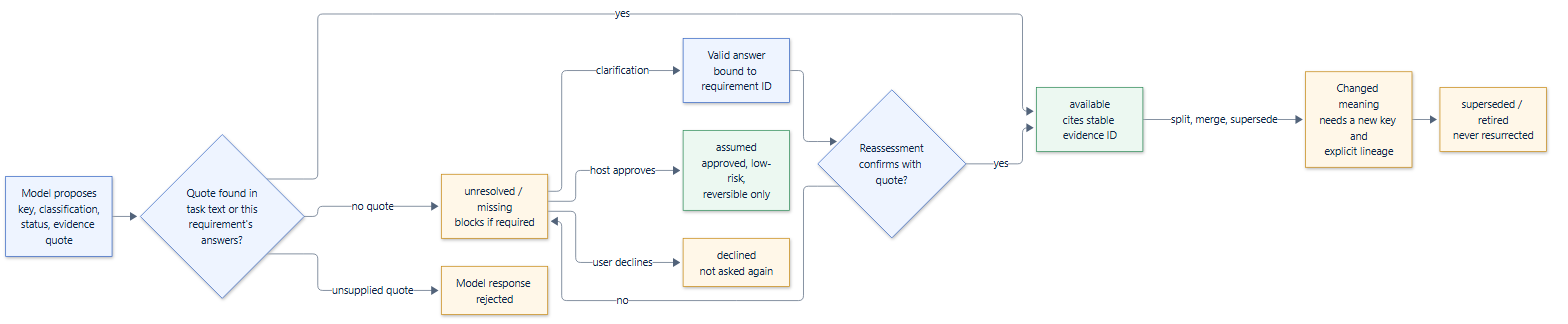
Before: docs/assets/diagrams/requirement-lifecycle.png, a diagram exported from Mermaid (smuniharish/sufficiency-engine). Its source is kept beside it as diagrams/requirement-lifecycle.mmd. The source it was exported from:
```mermaid
flowchart LR
    classDef status fill:#eef4ff,stroke:#3567c7,color:#0f2547
    classDef ok fill:#ecf8f1,stroke:#2f8f5b,color:#0f2547
    classDef stop fill:#fff7e8,stroke:#c98a12,color:#0f2547

    proposed["Model proposes<br/>key, classification,<br/>status, evidence quote"]:::status
    check{"Quote found in<br/>task text or this<br/>requirement's answers?"}:::status
    available["available<br/>cites stable evidence ID"]:::ok
    unresolved["unresolved / missing<br/>blocks if required"]:::stop
    assumed["assumed<br/>approved, low-risk,<br/>reversible only"]:::ok
    declined["declined<br/>not asked again"]:::stop
    answer["Valid answer<br/>bound to requirement ID"]:::status
    reassess{"Reassessment<br/>confirms with quote?"}:::status
    lineage["Changed meaning<br/>needs a new key and<br/>explicit lineage"]:::stop
    superseded["superseded / retired<br/>never resurrected"]:::stop

    proposed --> check
    check -- "yes" --> available
    check -- "no quote" --> unresolved
    check -- "unsupplied quote" --> failed["Model response rejected"]:::stop
    unresolved -- "clarification" --> answer --> reassess
    unresolved -- "host approves" --> assumed
    unresolved -- "user declines" --> declined
    reassess -- "yes" --> available
    reassess -- "no" --> unresolved
    available -- "split, merge, supersede" --> lineage --> superseded
```
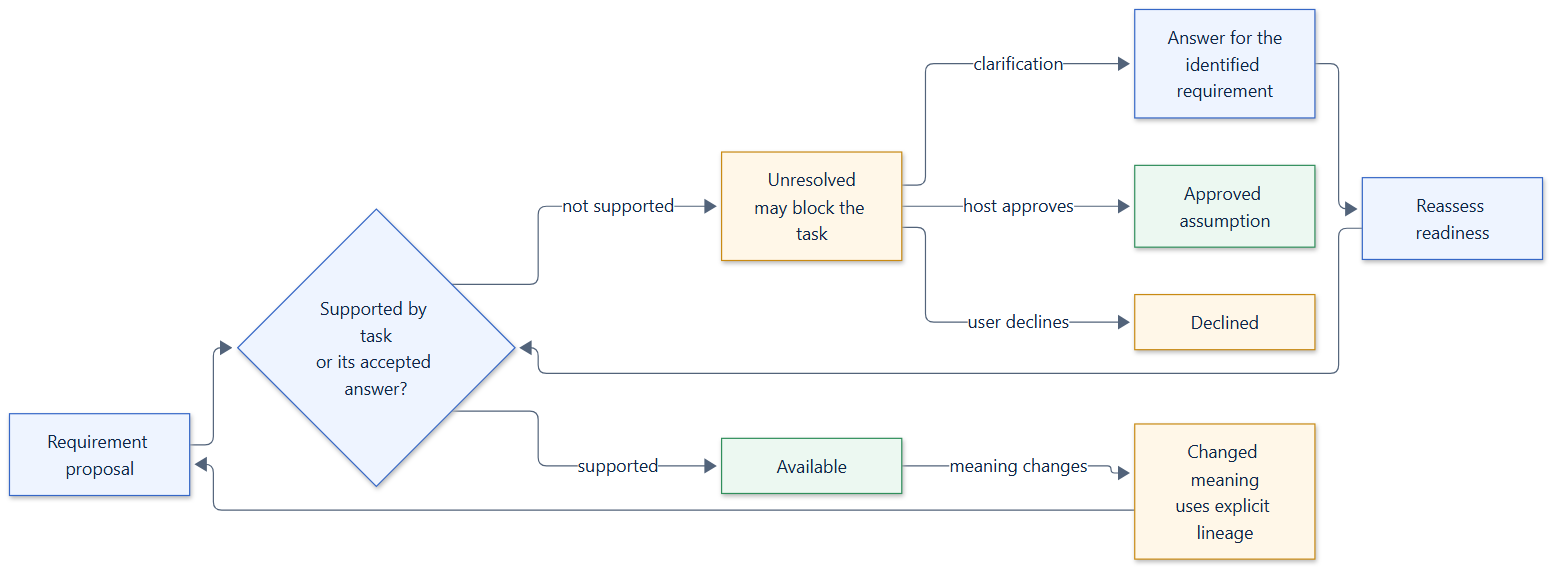
The same diagram one commit later.

Change to the diagram source:
```diff
@@ -3,24 +3,21 @@
     classDef ok fill:#ecf8f1,stroke:#2f8f5b,color:#0f2547
     classDef stop fill:#fff7e8,stroke:#c98a12,color:#0f2547
 
-    proposed["Model proposes<br/>key, classification,<br/>status, evidence quote"]:::status
-    check{"Quote found in<br/>task text or this<br/>requirement's answers?"}:::status
-    available["available<br/>cites stable evidence ID"]:::ok
-    unresolved["unresolved / missing<br/>blocks if required"]:::stop
-    assumed["assumed<br/>approved, low-risk,<br/>reversible only"]:::ok
-    declined["declined<br/>not asked again"]:::stop
-    answer["Valid answer<br/>bound to requirement ID"]:::status
-    reassess{"Reassessment<br/>confirms with quote?"}:::status
-    lineage["Changed meaning<br/>needs a new key and<br/>explicit lineage"]:::stop
-    superseded["superseded / retired<br/>never resurrected"]:::stop
+    proposed["Requirement proposal"]:::status
+    check{"Supported by task<br/>or its accepted answer?"}:::status
+    available["Available"]:::ok
+    unresolved["Unresolved<br/>may block the task"]:::stop
+    assumed["Approved assumption"]:::ok
+    declined["Declined"]:::stop
+    answer["Answer for the<br/>identified requirement"]:::status
+    reassess["Reassess readiness"]:::status
+    lineage["Changed meaning<br/>uses explicit lineage"]:::stop
 
     proposed --> check
-    check -- "yes" --> available
-    check -- "no quote" --> unresolved
-    check -- "unsupplied quote" --> failed["Model response rejected"]:::stop
+    check -- "supported" --> available
+    check -- "not supported" --> unresolved
     unresolved -- "clarification" --> answer --> reassess
     unresolved -- "host approves" --> assumed
     unresolved -- "user declines" --> declined
-    reassess -- "yes" --> available
-    reassess -- "no" --> unresolved
-    available -- "split, merge, supersede" --> lineage --> superseded
+    reassess --> check
+    available -- "meaning changes" --> lineage --> proposed
```
